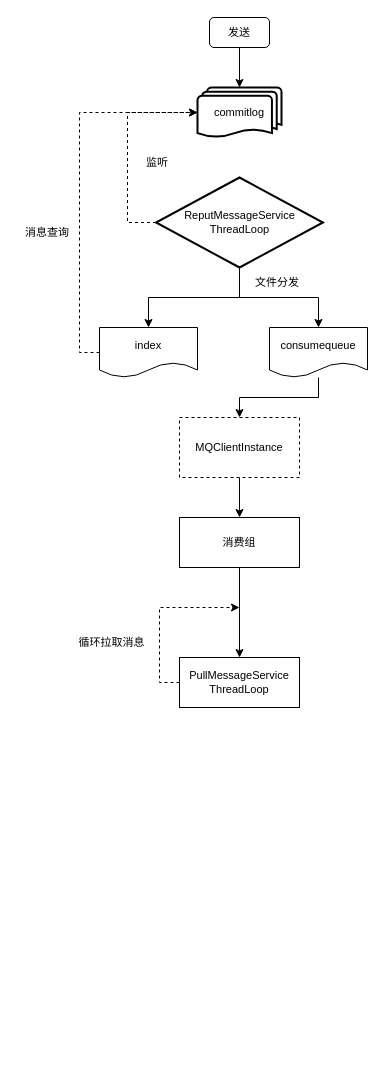
The draw.io diagram src/main/resources/pic/send-msg.drawio in Wenqizai/mq_learning, before the edit. Source tidied: cells renumbered, new cells numbered last; positions are measured from the earlier drawing's top-left corner, leaving out a move shared by most shapes. Both pictures are drawn from the tidied source at 100%, with x=0, y=0 at pixel (17, 17).
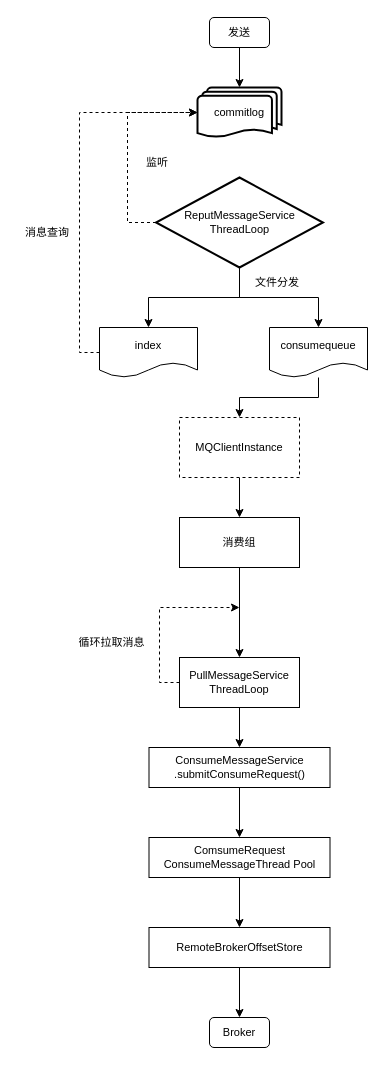
The same page after the edit.

The change refers to these unchanged cells:
```xml
<mxCell id="21" value="PullMessageService ThreadLoop" style="rounded=0;whiteSpace=wrap;html=1;labelBackgroundColor=none;labelBorderColor=none;fontSize=11;fontColor=default;strokeColor=default;fillColor=default;gradientColor=none;" parent="1" vertex="1">
  <mxGeometry x="162" y="640" width="120" height="50" as="geometry" />
</mxCell>
```

Change to the diagram source:
```diff
@@
+    <mxCell id="23" style="edgeStyle=orthogonalEdgeStyle;rounded=0;jettySize=auto;html=1;entryX=0.5;entryY=0;entryDx=0;entryDy=0;" parent="1" edge="1" source="21" target="25">
+      <mxGeometry relative="1" as="geometry" />
+    </mxCell>
@@
+    <mxCell id="24" style="edgeStyle=orthogonalEdgeStyle;rounded=0;jettySize=auto;html=1;exitX=0.5;exitY=1;exitDx=0;exitDy=0;entryX=0.5;entryY=0;entryDx=0;entryDy=0;fontSize=11;" parent="1" edge="1" source="25" target="27">
+      <mxGeometry relative="1" as="geometry" />
+    </mxCell>
+    <mxCell id="25" value="ConsumeMessageService .submitConsumeRequest()" style="rounded=0;whiteSpace=wrap;labelBackgroundColor=none;labelBorderColor=none;fontSize=11;fontColor=default;strokeColor=default;fillColor=default;gradientColor=none;align=center;html=1;flipV=1;" parent="1" vertex="1">
+      <mxGeometry x="131.5" y="730" width="181" height="40" as="geometry" />
+    </mxCell>
+    <mxCell id="26" style="edgeStyle=orthogonalEdgeStyle;rounded=0;jettySize=auto;html=1;entryX=0.5;entryY=0;entryDx=0;entryDy=0;fontSize=11;" parent="1" edge="1" source="27" target="29">
+      <mxGeometry relative="1" as="geometry" />
+    </mxCell>
+    <mxCell id="27" value="&lt;span style=&quot;font-family: , &amp;#34;optima&amp;#34; , , , &amp;#34;pingfang sc&amp;#34; , &amp;#34;arial&amp;#34; , &amp;#34;cochin&amp;#34; , &amp;#34;georgia&amp;#34; , &amp;#34;times&amp;#34; , &amp;#34;times new roman&amp;#34; , serif ; text-align: left&quot;&gt;&lt;font style=&quot;font-size: 11px&quot;&gt;ComsumeRequest ConsumeMessageThread Pool&lt;/font&gt;&lt;/span&gt;" style="rounded=0;whiteSpace=wrap;labelBackgroundColor=none;labelBorderColor=none;fontSize=11;fontColor=default;strokeColor=default;fillColor=default;gradientColor=none;align=center;html=1;flipV=1;" parent="1" vertex="1">
+      <mxGeometry x="131.5" y="820" width="181" height="40" as="geometry" />
+    </mxCell>
+    <mxCell id="28" style="edgeStyle=orthogonalEdgeStyle;rounded=0;jettySize=auto;html=1;fontSize=11;" parent="1" edge="1" source="29" target="30">
+      <mxGeometry relative="1" as="geometry" />
+    </mxCell>
+    <mxCell id="29" value="&lt;div style=&quot;text-align: left&quot;&gt;&lt;span style=&quot;font-family: , &amp;#34;optima&amp;#34; , , , &amp;#34;pingfang sc&amp;#34; , &amp;#34;arial&amp;#34; , &amp;#34;cochin&amp;#34; , &amp;#34;georgia&amp;#34; , &amp;#34;times&amp;#34; , &amp;#34;times new roman&amp;#34; , serif&quot;&gt;&lt;font style=&quot;font-size: 11px&quot;&gt;RemoteBrokerOffsetStore&lt;/font&gt;&lt;/span&gt;&lt;/div&gt;" style="rounded=0;whiteSpace=wrap;labelBackgroundColor=none;labelBorderColor=none;fontSize=11;fontColor=default;strokeColor=default;fillColor=default;gradientColor=none;align=center;html=1;flipV=1;" parent="1" vertex="1">
+      <mxGeometry x="131.5" y="910" width="181" height="40" as="geometry" />
+    </mxCell>
+    <mxCell id="30" value="&lt;font style=&quot;font-size: 11px&quot;&gt;Broker&lt;/font&gt;" style="rounded=1;whiteSpace=wrap;html=1;fontSize=12;glass=0;strokeWidth=1;shadow=0;" parent="1" vertex="1">
+      <mxGeometry x="192" y="1000" width="60" height="30" as="geometry" />
+    </mxCell>
```
